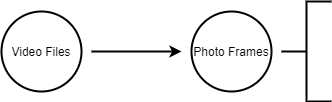
Before: Idea Diagram.drawio.png, a diagram exported from draw.io (Bradykim/XPRIZE-ID-from-Video). Source tidied: cells renumbered, new cells last; positions are measured from the earlier drawing's top-left corner, leaving out a move shared by most shapes.
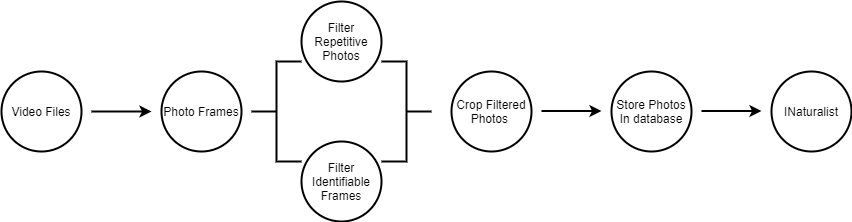
The same diagram one commit later.

Change to the diagram source:
```diff
@@ -3,11 +3,11 @@
     <mxCell id="0" />
     <mxCell id="1" parent="0" />
     <mxCell id="2" value="Video Files" style="ellipse;whiteSpace=wrap;html=1;strokeWidth=2;" parent="1" vertex="1">
-      <mxGeometry y="10" width="80" height="80" as="geometry" />
+      <mxGeometry x="30" y="10" width="80" height="80" as="geometry" />
     </mxCell>
     <mxCell id="3" style="endArrow=classic;html=1;strokeWidth=2;" parent="1" edge="1">
       <mxGeometry relative="1" as="geometry">
-        <mxPoint x="90" y="50" as="sourcePoint" />
+        <mxPoint x="120" y="50" as="sourcePoint" />
         <mxPoint x="180" y="50" as="targetPoint" />
       </mxGeometry>
     </mxCell>
@@ -17,5 +17,35 @@
     <mxCell id="5" style="strokeWidth=2;html=1;shape=mxgraph.flowchart.annotation_2;align=left;labelPosition=right;shadow=0;" parent="1" vertex="1">
       <mxGeometry x="280" width="50" height="100" as="geometry" />
     </mxCell>
+    <mxCell id="6" value="Filter Repetitive Photos" style="ellipse;whiteSpace=wrap;html=1;strokeWidth=2;" parent="1" vertex="1">
+      <mxGeometry x="330" y="-60" width="80" height="80" as="geometry" />
+    </mxCell>
+    <mxCell id="7" value="Filter Identifiable Frames" style="ellipse;whiteSpace=wrap;html=1;strokeWidth=2;" parent="1" vertex="1">
+      <mxGeometry x="330" y="80" width="80" height="80" as="geometry" />
+    </mxCell>
+    <mxCell id="8" style="strokeWidth=2;html=1;shape=mxgraph.flowchart.annotation_2;align=left;labelPosition=right;shadow=0;direction=west;" parent="1" vertex="1">
+      <mxGeometry x="410" width="50" height="100" as="geometry" />
+    </mxCell>
+    <mxCell id="9" value="Store Photos In database" style="ellipse;whiteSpace=wrap;html=1;strokeWidth=2;" parent="1" vertex="1">
+      <mxGeometry x="640" y="10" width="80" height="80" as="geometry" />
+    </mxCell>
+    <mxCell id="10" value="Crop Filtered Photos&amp;nbsp;" style="ellipse;whiteSpace=wrap;html=1;strokeWidth=2;" parent="1" vertex="1">
+      <mxGeometry x="480" y="10" width="80" height="80" as="geometry" />
+    </mxCell>
+    <mxCell id="11" style="endArrow=classic;html=1;strokeWidth=2;" parent="1" edge="1">
+      <mxGeometry relative="1" as="geometry">
+        <mxPoint x="570" y="49.5" as="sourcePoint" />
+        <mxPoint x="630" y="49.5" as="targetPoint" />
+      </mxGeometry>
+    </mxCell>
+    <mxCell id="12" style="endArrow=classic;html=1;strokeWidth=2;" parent="1" edge="1">
+      <mxGeometry relative="1" as="geometry">
+        <mxPoint x="730" y="49.5" as="sourcePoint" />
+        <mxPoint x="790" y="49.5" as="targetPoint" />
+      </mxGeometry>
+    </mxCell>
+    <mxCell id="13" value="INaturalist" style="ellipse;whiteSpace=wrap;html=1;strokeWidth=2;" parent="1" vertex="1">
+      <mxGeometry x="800" y="10" width="80" height="80" as="geometry" />
+    </mxCell>
   </root>
 </mxGraphModel>
```
